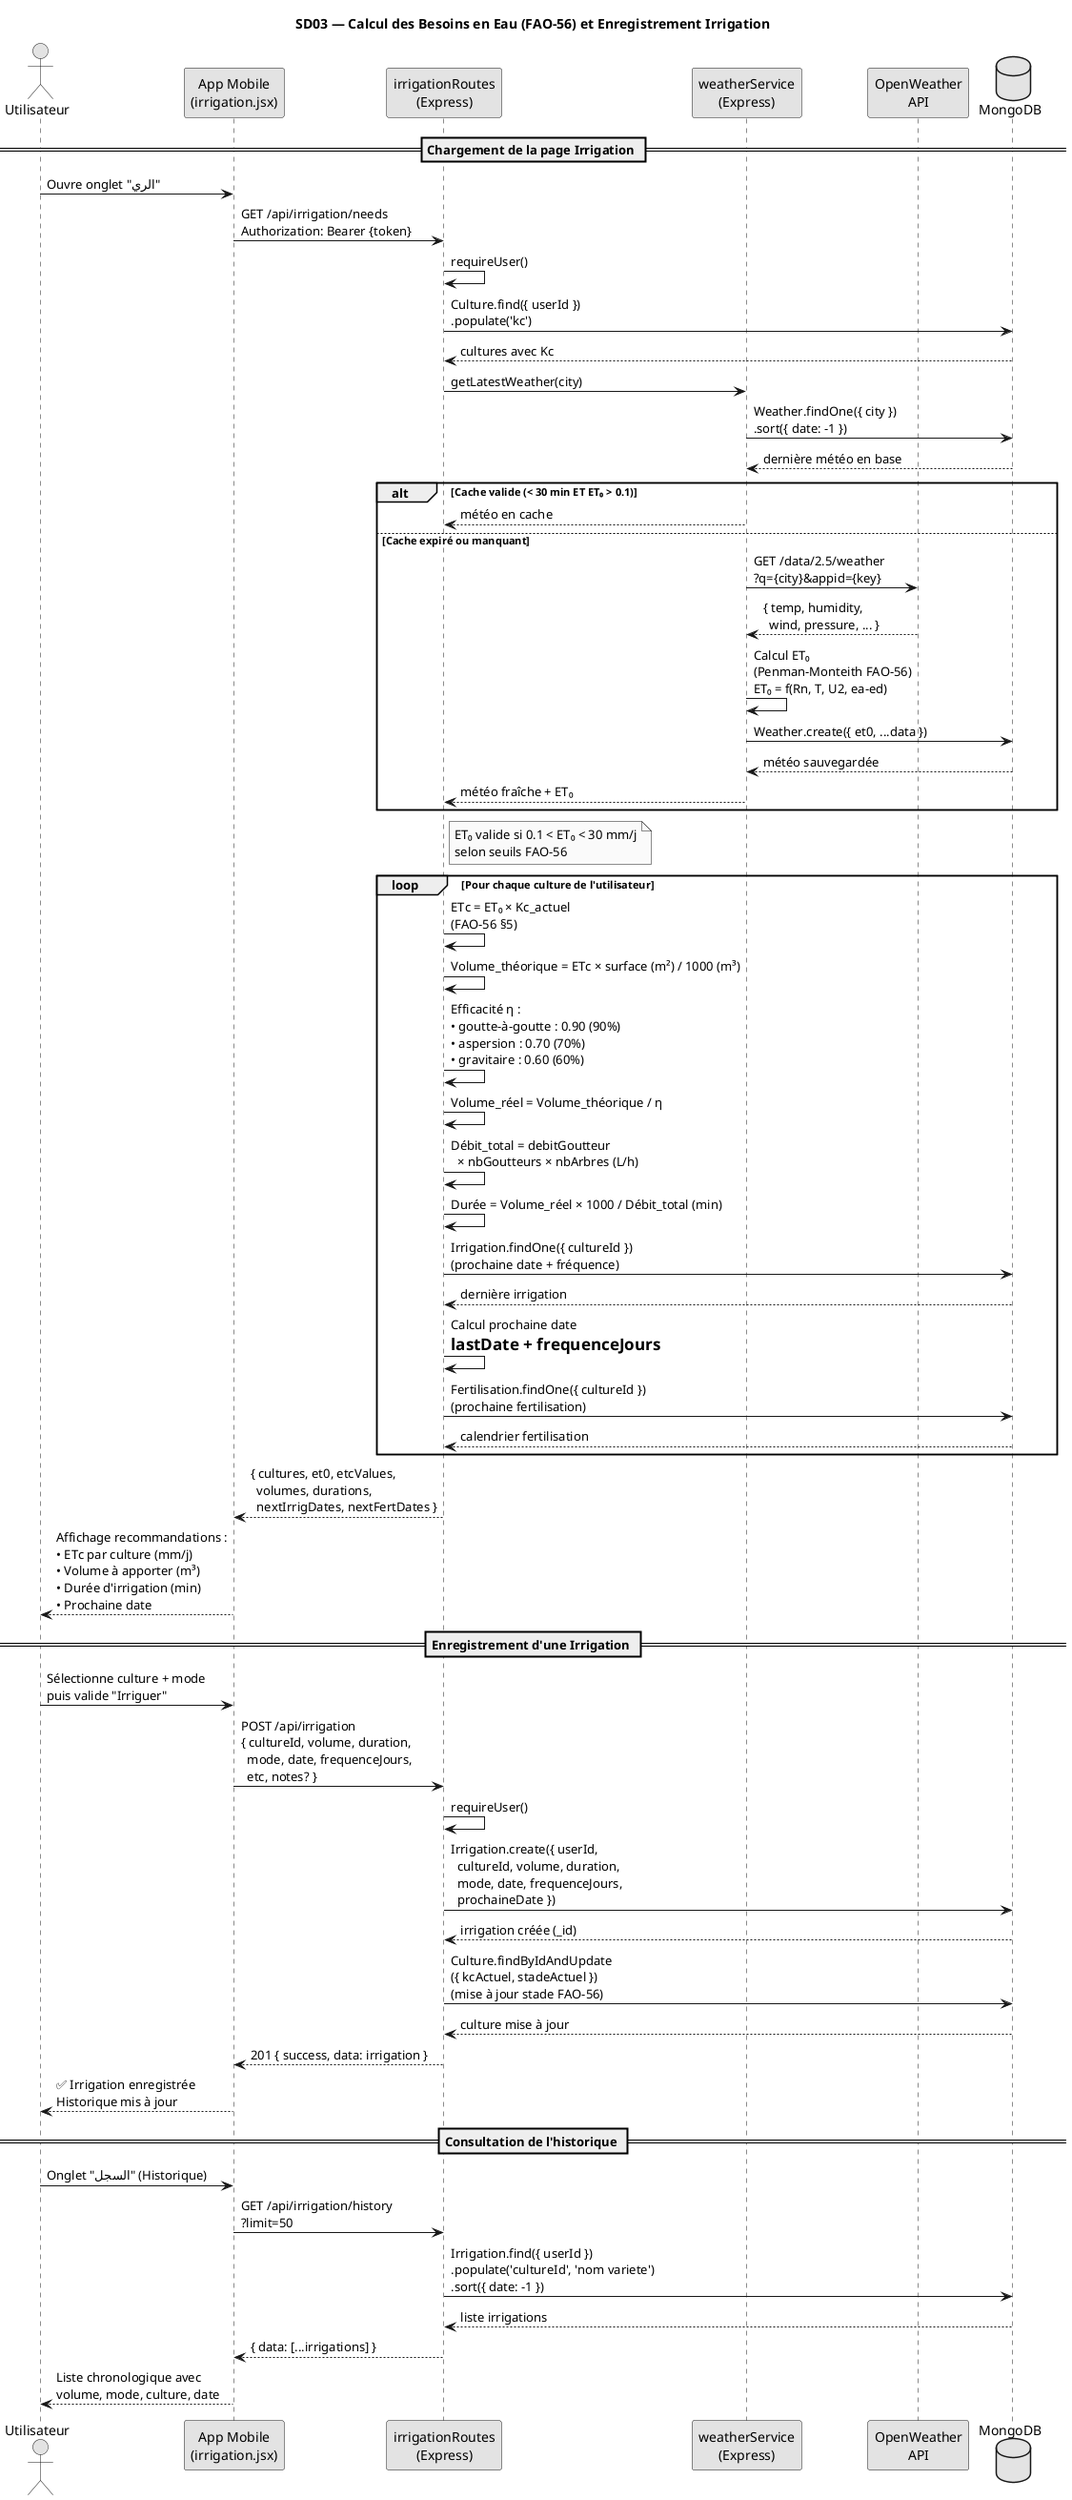
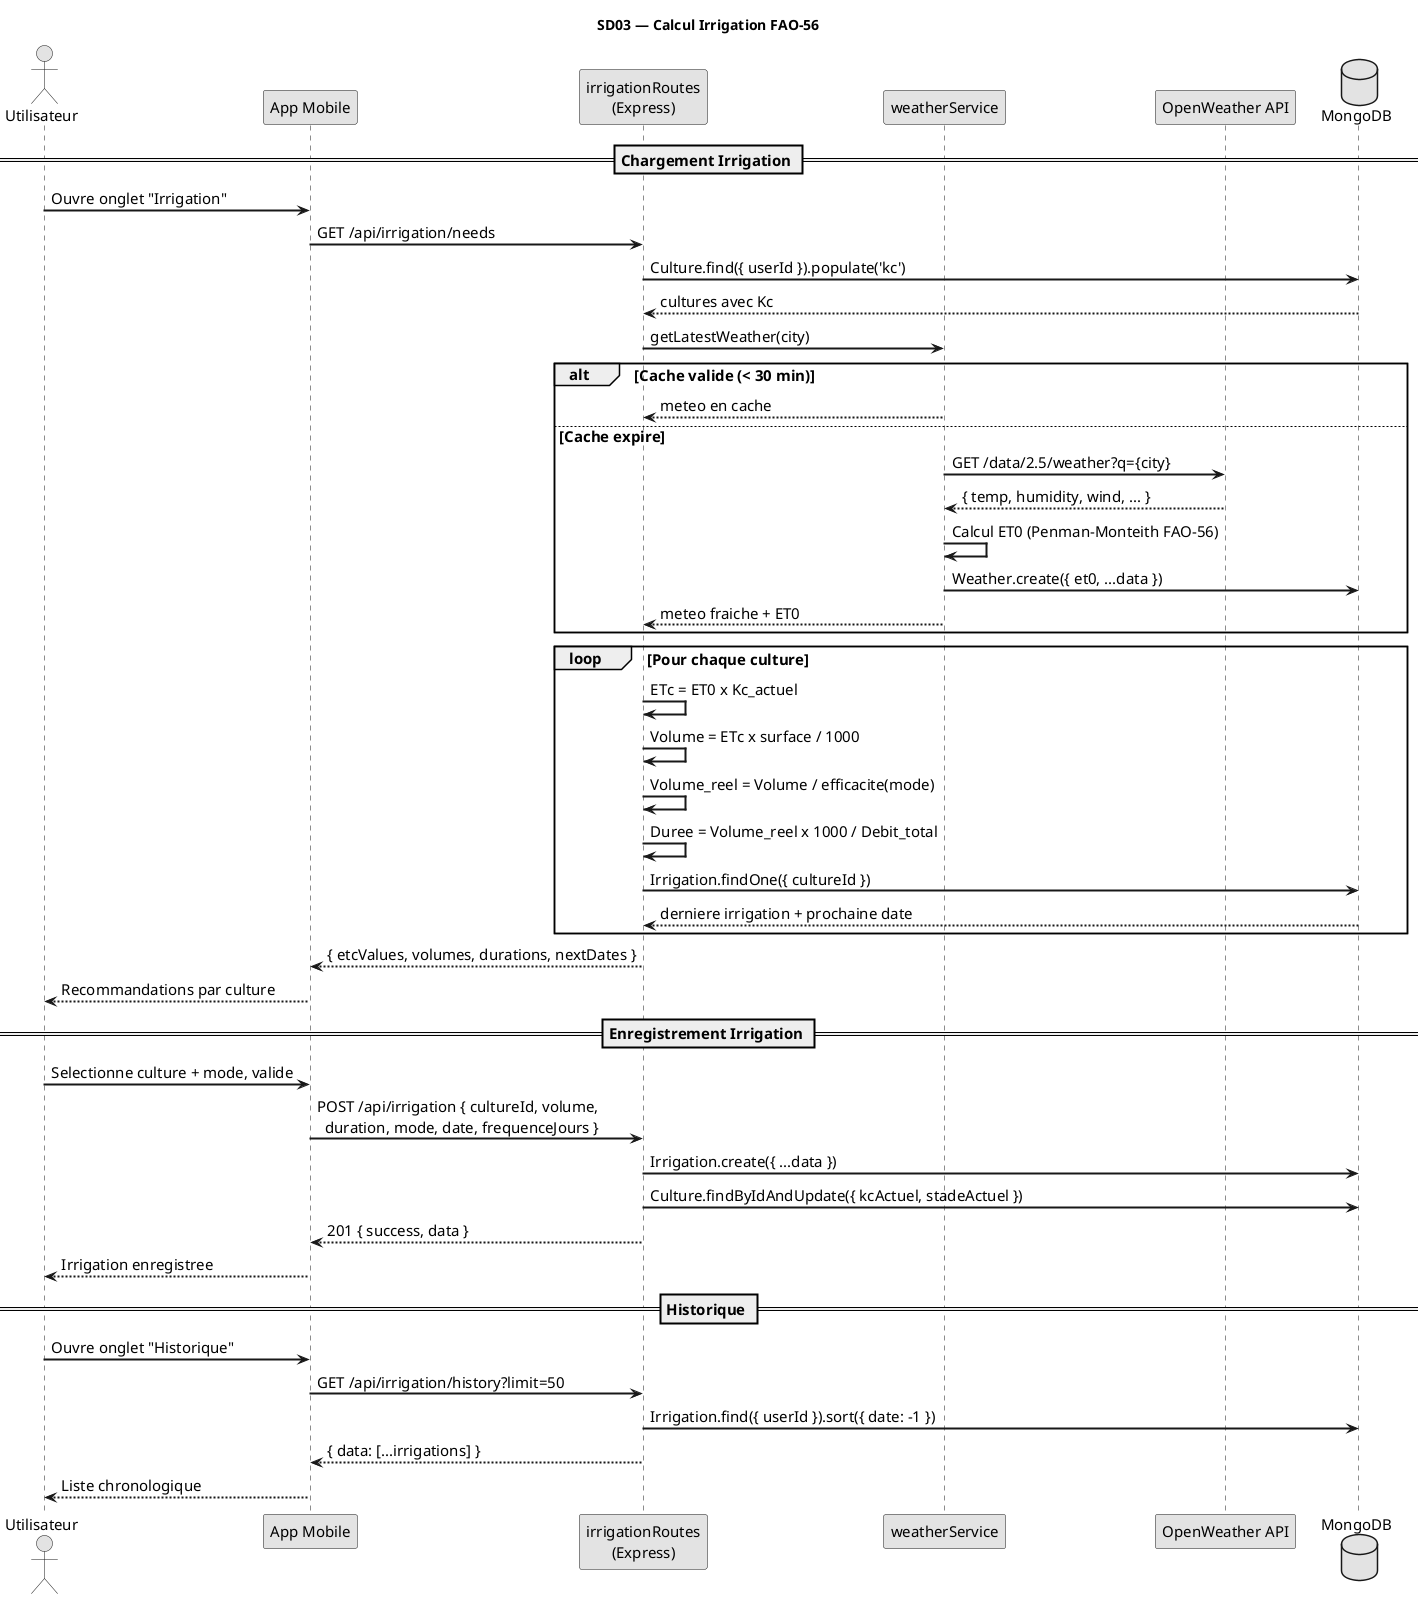
- @startuml SD03 — Calcul Irrigation FAO-56
+ @startuml SD03_Calcul_Irrigation_FAO56

skinparam monochrome true
skinparam shadowing false
- title SD03 — Calcul des Besoins en Eau (FAO-56) et Enregistrement Irrigation
+ skinparam defaultFontSize 15
+ skinparam sequenceParticipantFontSize 15
+ skinparam sequenceActorFontSize 15
+ skinparam sequenceMessageFontSize 13
+ skinparam sequenceParticipantPadding 15
+ skinparam sequenceActorPadding 10
+ skinparam ArrowThickness 2
+ 
+ title SD03 — Calcul Irrigation FAO-56

actor "Utilisateur" as U
- participant "App Mobile\n(irrigation.jsx)" as App
+ participant "App Mobile" as App
participant "irrigationRoutes\n(Express)" as API
- participant "weatherService\n(Express)" as WS
- participant "OpenWeather\nAPI" as OW
+ participant "weatherService" as WS
+ participant "OpenWeather API" as OW
database "MongoDB" as DB

- == Chargement de la page Irrigation ==
+ == Chargement Irrigation ==

- U -> App : Ouvre onglet "الري"
- App -> API : GET /api/irrigation/needs\nAuthorization: Bearer {token}
- API -> API : requireUser()
- API -> DB : Culture.find({ userId })\n.populate('kc')
+ U -> App : Ouvre onglet "Irrigation"
+ App -> API : GET /api/irrigation/needs
+ API -> DB : Culture.find({ userId }).populate('kc')
DB --> API : cultures avec Kc
- 
- ' ── Météo avec cache 30 min ──
API -> WS : getLatestWeather(city)
- WS -> DB : Weather.findOne({ city })\n.sort({ date: -1 })
- DB --> WS : dernière météo en base
- 
- alt Cache valide (< 30 min ET ET₀ > 0.1)
-   WS --> API : météo en cache
- else Cache expiré ou manquant
-   WS -> OW : GET /data/2.5/weather\n?q={city}&appid={key}
-   OW --> WS : { temp, humidity,\n  wind, pressure, ... }
-   WS -> WS : Calcul ET₀\n(Penman-Monteith FAO-56)\nET₀ = f(Rn, T, U2, ea-ed)
+ alt Cache valide (< 30 min)
+   WS --> API : meteo en cache
+ else Cache expire
+   WS -> OW : GET /data/2.5/weather?q={city}
+   OW --> WS : { temp, humidity, wind, ... }
+   WS -> WS : Calcul ET0 (Penman-Monteith FAO-56)
  WS -> DB : Weather.create({ et0, ...data })
-   DB --> WS : météo sauvegardée
-   WS --> API : météo fraîche + ET₀
+   WS --> API : meteo fraiche + ET0
end

- note right of API
-   ET₀ valide si 0.1 < ET₀ < 30 mm/j
-   selon seuils FAO-56
- end note
- 
- ' ── Calcul ETc par culture ──
- loop Pour chaque culture de l'utilisateur
-   API -> API : ETc = ET₀ × Kc_actuel\n(FAO-56 §5)
-   API -> API : Volume_théorique = ETc × surface (m²) / 1000 (m³)
-   API -> API : Efficacité η :\n• goutte-à-goutte : 0.90 (90%)\n• aspersion : 0.70 (70%)\n• gravitaire : 0.60 (60%)
-   API -> API : Volume_réel = Volume_théorique / η
-   API -> API : Débit_total = debitGoutteur\n  × nbGoutteurs × nbArbres (L/h)
-   API -> API : Durée = Volume_réel × 1000 / Débit_total (min)
-   API -> DB : Irrigation.findOne({ cultureId })\n(prochaine date + fréquence)
-   DB --> API : dernière irrigation
-   API -> API : Calcul prochaine date\n= lastDate + frequenceJours
-   API -> DB : Fertilisation.findOne({ cultureId })\n(prochaine fertilisation)
-   DB --> API : calendrier fertilisation
+ loop Pour chaque culture
+   API -> API : ETc = ET0 x Kc_actuel
+   API -> API : Volume = ETc x surface / 1000
+   API -> API : Volume_reel = Volume / efficacite(mode)
+   API -> API : Duree = Volume_reel x 1000 / Debit_total
+   API -> DB : Irrigation.findOne({ cultureId })
+   DB --> API : derniere irrigation + prochaine date
end

- API --> App : { cultures, et0, etcValues,\n  volumes, durations,\n  nextIrrigDates, nextFertDates }
- App --> U : Affichage recommandations :\n• ETc par culture (mm/j)\n• Volume à apporter (m³)\n• Durée d'irrigation (min)\n• Prochaine date
+ API --> App : { etcValues, volumes, durations, nextDates }
+ App --> U : Recommandations par culture

- == Enregistrement d'une Irrigation ==
+ == Enregistrement Irrigation ==

- U -> App : Sélectionne culture + mode\npuis valide "Irriguer"
- App -> API : POST /api/irrigation\n{ cultureId, volume, duration,\n  mode, date, frequenceJours,\n  etc, notes? }
- API -> API : requireUser()
- API -> DB : Irrigation.create({ userId,\n  cultureId, volume, duration,\n  mode, date, frequenceJours,\n  prochaineDate })
- DB --> API : irrigation créée (_id)
- API -> DB : Culture.findByIdAndUpdate\n({ kcActuel, stadeActuel })\n(mise à jour stade FAO-56)
- DB --> API : culture mise à jour
- API --> App : 201 { success, data: irrigation }
- App --> U : ✅ Irrigation enregistrée\nHistorique mis à jour
+ U -> App : Selectionne culture + mode, valide
+ App -> API : POST /api/irrigation { cultureId, volume,\n  duration, mode, date, frequenceJours }
+ API -> DB : Irrigation.create({ ...data })
+ API -> DB : Culture.findByIdAndUpdate({ kcActuel, stadeActuel })
+ API --> App : 201 { success, data }
+ App --> U : Irrigation enregistree

- == Consultation de l'historique ==
+ == Historique ==

- U -> App : Onglet "السجل" (Historique)
- App -> API : GET /api/irrigation/history\n?limit=50
- API -> DB : Irrigation.find({ userId })\n.populate('cultureId', 'nom variete')\n.sort({ date: -1 })
- DB --> API : liste irrigations
+ U -> App : Ouvre onglet "Historique"
+ App -> API : GET /api/irrigation/history?limit=50
+ API -> DB : Irrigation.find({ userId }).sort({ date: -1 })
API --> App : { data: [...irrigations] }
- App --> U : Liste chronologique avec\nvolume, mode, culture, date
+ App --> U : Liste chronologique

- @enduml
+ @enduml